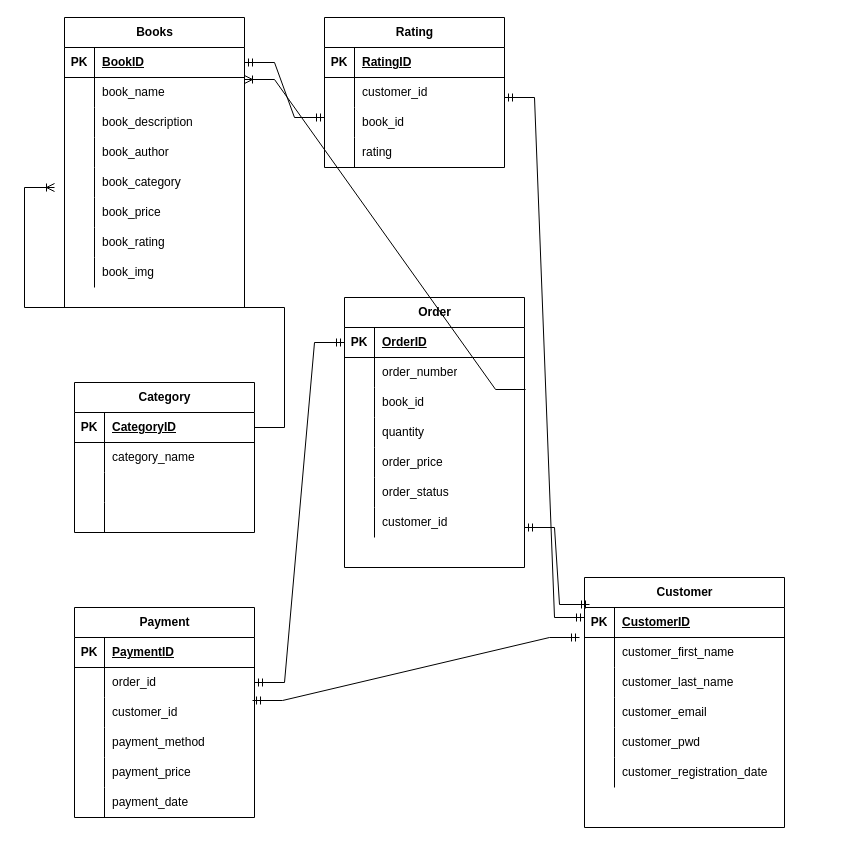
The draw.io diagram Database/Copy of Coffee and Books.drawio in olkasadova/Coffeee-and-Books-bookshop, before the edit. Source tidied: cells renumbered, new cells numbered last; positions are measured from the earlier drawing's top-left corner, leaving out a move shared by most shapes. Both pictures are drawn from the tidied source at 100%, with x=0, y=0 at pixel (54, 17).
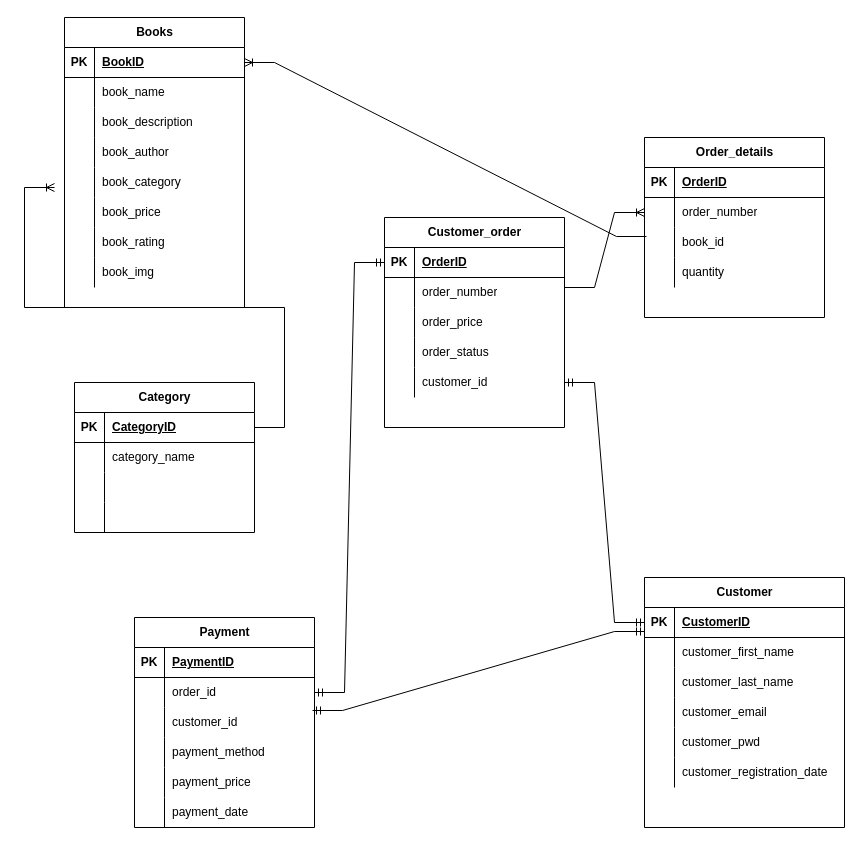
After the change.

The change refers to these unchanged cells:
```xml
<mxCell id="3" style="shape=tableRow;horizontal=0;startSize=0;swimlaneHead=0;swimlaneBody=0;fillColor=none;points=[[0,0.5],[1,0.5]];portConstraint=eastwest;top=0;left=0;right=0;bottom=1;" parent="2" vertex="1">
  <mxGeometry y="30" width="180" height="30" as="geometry" />
</mxCell>
<mxCell id="28" style="shape=tableRow;horizontal=0;startSize=0;swimlaneHead=0;swimlaneBody=0;fillColor=none;points=[[0,0.5],[1,0.5]];portConstraint=eastwest;top=0;left=0;right=0;bottom=1;" parent="27" vertex="1">
  <mxGeometry y="30" width="200" height="30" as="geometry" />
</mxCell>
<mxCell id="106" style="shape=tableRow;horizontal=0;startSize=0;swimlaneHead=0;swimlaneBody=0;fillColor=none;points=[[0,0.5],[1,0.5]];portConstraint=eastwest;top=0;left=0;right=0;bottom=0;" parent="99" vertex="1">
  <mxGeometry y="90" width="180" height="30" as="geometry" />
</mxCell>
```

The edit, as a diff of the source:
```diff
@@
     <mxCell id="27" value="Customer" style="shape=table;startSize=30;childLayout=tableLayout;rowLines=0;fontStyle=1;align=center;html=1;" parent="1" vertex="1">
-      <mxGeometry x="530" y="560" width="200" height="250" as="geometry" />
+      <mxGeometry x="590" y="560" width="200" height="250" as="geometry" />
     </mxCell>
@@
-    <mxCell id="59" value="Order" style="shape=table;startSize=30;childLayout=tableLayout;rowLines=0;fontStyle=1;align=center;html=1;" parent="1" vertex="1">
-      <mxGeometry x="290" y="280" width="180" height="270" as="geometry" />
+    <mxCell id="59" value="Customer_order" style="shape=table;startSize=30;childLayout=tableLayout;rowLines=0;fontStyle=1;align=center;html=1;" parent="1" vertex="1">
+      <mxGeometry x="330" y="200" width="180" height="210" as="geometry" />
     </mxCell>
@@
-    <mxCell id="66" style="shape=tableRow;horizontal=0;startSize=0;swimlaneHead=0;swimlaneBody=0;fillColor=none;points=[[0,0.5],[1,0.5]];portConstraint=eastwest;top=0;left=0;right=0;bottom=0;" parent="59" vertex="1">
-      <mxGeometry y="90" width="180" height="30" as="geometry" />
-    </mxCell>
-    <mxCell id="67" style="shape=partialRectangle;fillColor=none;top=0;left=0;bottom=0;right=0;overflow=hidden;whiteSpace=wrap;html=1;" parent="66" vertex="1">
-      <mxGeometry width="30" height="30" as="geometry" />
-    </mxCell>
-    <mxCell id="68" value="book_id" style="shape=partialRectangle;fillColor=none;top=0;left=0;bottom=0;right=0;align=left;spacingLeft=6;overflow=hidden;whiteSpace=wrap;html=1;" parent="66" vertex="1">
-      <mxGeometry x="30" width="150" height="30" as="geometry" />
-    </mxCell>
-    <mxCell id="69" style="shape=tableRow;horizontal=0;startSize=0;swimlaneHead=0;swimlaneBody=0;fillColor=none;top=0;left=0;right=0;bottom=0;" parent="59" vertex="1">
-      <mxGeometry y="120" width="180" height="30" as="geometry" />
-    </mxCell>
-    <mxCell id="70" style="shape=partialRectangle;fillColor=none;top=0;left=0;bottom=0;right=0;overflow=hidden;whiteSpace=wrap;html=1;" parent="69" vertex="1">
-      <mxGeometry width="30" height="30" as="geometry" />
-    </mxCell>
-    <mxCell id="71" value="quantity" style="shape=partialRectangle;fillColor=none;top=0;left=0;bottom=0;right=0;align=left;spacingLeft=6;overflow=hidden;whiteSpace=wrap;html=1;" parent="69" vertex="1">
-      <mxGeometry x="30" width="150" height="30" as="geometry" />
-    </mxCell>
     <mxCell id="72" style="shape=tableRow;horizontal=0;startSize=0;swimlaneHead=0;swimlaneBody=0;fillColor=none;top=0;left=0;right=0;bottom=0;" parent="59" vertex="1">
-      <mxGeometry y="150" width="180" height="30" as="geometry" />
+      <mxGeometry y="90" width="180" height="30" as="geometry" />
     </mxCell>
@@
     <mxCell id="75" style="shape=tableRow;horizontal=0;startSize=0;swimlaneHead=0;swimlaneBody=0;fillColor=none;top=0;left=0;right=0;bottom=0;" parent="59" vertex="1">
-      <mxGeometry y="180" width="180" height="30" as="geometry" />
+      <mxGeometry y="120" width="180" height="30" as="geometry" />
     </mxCell>
@@
     <mxCell id="78" style="shape=tableRow;horizontal=0;startSize=0;swimlaneHead=0;swimlaneBody=0;fillColor=none;points=[[0,0.5],[1,0.5]];portConstraint=eastwest;top=0;left=0;right=0;bottom=0;" parent="59" vertex="1">
-      <mxGeometry y="210" width="180" height="30" as="geometry" />
+      <mxGeometry y="150" width="180" height="30" as="geometry" />
     </mxCell>
@@
-    <mxCell id="81" value="Rating" style="shape=table;startSize=30;childLayout=tableLayout;rowLines=0;fontStyle=1;align=center;html=1;" parent="1" vertex="1">
-      <mxGeometry x="270" width="180" height="150" as="geometry" />
-    </mxCell>
-    <mxCell id="82" style="shape=tableRow;horizontal=0;startSize=0;swimlaneHead=0;swimlaneBody=0;fillColor=none;top=0;left=0;right=0;bottom=1;" parent="81" vertex="1">
-      <mxGeometry y="30" width="180" height="30" as="geometry" />
-    </mxCell>
-    <mxCell id="83" value="PK" style="shape=partialRectangle;fillColor=none;top=0;left=0;bottom=0;right=0;fontStyle=1;overflow=hidden;whiteSpace=wrap;html=1;" parent="82" vertex="1">
-      <mxGeometry width="30" height="30" as="geometry" />
-    </mxCell>
-    <mxCell id="84" value="RatingID" style="shape=partialRectangle;fillColor=none;top=0;left=0;bottom=0;right=0;align=left;spacingLeft=6;fontStyle=5;overflow=hidden;whiteSpace=wrap;html=1;" parent="82" vertex="1">
-      <mxGeometry x="30" width="150" height="30" as="geometry" />
-    </mxCell>
-    <mxCell id="85" style="shape=tableRow;horizontal=0;startSize=0;swimlaneHead=0;swimlaneBody=0;fillColor=none;points=[[0,0.5],[1,0.5]];portConstraint=eastwest;top=0;left=0;right=0;bottom=0;" parent="81" vertex="1">
-      <mxGeometry y="60" width="180" height="30" as="geometry" />
-    </mxCell>
-    <mxCell id="86" style="shape=partialRectangle;fillColor=none;top=0;left=0;bottom=0;right=0;overflow=hidden;whiteSpace=wrap;html=1;" parent="85" vertex="1">
-      <mxGeometry width="30" height="30" as="geometry" />
-    </mxCell>
-    <mxCell id="87" value="customer_id" style="shape=partialRectangle;fillColor=none;top=0;left=0;bottom=0;right=0;align=left;spacingLeft=6;overflow=hidden;whiteSpace=wrap;html=1;" parent="85" vertex="1">
-      <mxGeometry x="30" width="150" height="30" as="geometry" />
-    </mxCell>
-    <mxCell id="88" style="shape=tableRow;horizontal=0;startSize=0;swimlaneHead=0;swimlaneBody=0;fillColor=none;top=0;left=0;right=0;bottom=0;" parent="81" vertex="1">
-      <mxGeometry y="90" width="180" height="30" as="geometry" />
-    </mxCell>
-    <mxCell id="89" style="shape=partialRectangle;fillColor=none;top=0;left=0;bottom=0;right=0;overflow=hidden;whiteSpace=wrap;html=1;" parent="88" vertex="1">
-      <mxGeometry width="30" height="30" as="geometry" />
-    </mxCell>
-    <mxCell id="90" value="book_id" style="shape=partialRectangle;fillColor=none;top=0;left=0;bottom=0;right=0;align=left;spacingLeft=6;overflow=hidden;whiteSpace=wrap;html=1;" parent="88" vertex="1">
-      <mxGeometry x="30" width="150" height="30" as="geometry" />
-    </mxCell>
-    <mxCell id="91" style="shape=tableRow;horizontal=0;startSize=0;swimlaneHead=0;swimlaneBody=0;fillColor=none;top=0;left=0;right=0;bottom=0;" parent="81" vertex="1">
-      <mxGeometry y="120" width="180" height="30" as="geometry" />
-    </mxCell>
-    <mxCell id="92" style="shape=partialRectangle;fillColor=none;top=0;left=0;bottom=0;right=0;overflow=hidden;whiteSpace=wrap;html=1;" parent="91" vertex="1">
-      <mxGeometry width="30" height="30" as="geometry" />
-    </mxCell>
-    <mxCell id="93" value="rating" style="shape=partialRectangle;fillColor=none;top=0;left=0;bottom=0;right=0;align=left;spacingLeft=6;overflow=hidden;whiteSpace=wrap;html=1;" parent="91" vertex="1">
-      <mxGeometry x="30" width="150" height="30" as="geometry" />
-    </mxCell>
-    <mxCell id="94" style="edgeStyle=entityRelationEdgeStyle;fontSize=12;html=1;endArrow=ERmandOne;startArrow=ERmandOne;rounded=0;exitX=1;exitY=0.5;exitDx=0;exitDy=0;" parent="1" edge="1" source="3">
-      <mxGeometry relative="1" as="geometry">
-        <mxPoint x="270" y="100" as="targetPoint" />
-      </mxGeometry>
-    </mxCell>
-    <mxCell id="95" style="edgeStyle=entityRelationEdgeStyle;fontSize=12;html=1;endArrow=ERmandOne;startArrow=ERmandOne;rounded=0;exitX=1;exitY=0.5;exitDx=0;exitDy=0;" parent="1" edge="1">
-      <mxGeometry relative="1" as="geometry">
-        <mxPoint x="450" y="80" as="sourcePoint" />
-        <mxPoint x="530" y="600" as="targetPoint" />
-      </mxGeometry>
-    </mxCell>
@@
-    <mxCell id="97" style="edgeStyle=entityRelationEdgeStyle;fontSize=12;html=1;endArrow=ERmandOne;startArrow=ERmandOne;rounded=0;entryX=0.025;entryY=-0.1;entryDx=0;entryDy=0;entryPerimeter=0;" parent="1" edge="1" target="28">
-      <mxGeometry relative="1" as="geometry">
-        <mxPoint x="470" y="510" as="sourcePoint" />
-      </mxGeometry>
+    <mxCell id="97" style="edgeStyle=entityRelationEdgeStyle;fontSize=12;html=1;endArrow=ERmandOne;startArrow=ERmandOne;rounded=0;entryX=0;entryY=0.5;entryDx=0;entryDy=0;" parent="1" edge="1" source="78" target="28">
+      <mxGeometry relative="1" as="geometry" />
     </mxCell>
-    <mxCell id="98" style="edgeStyle=entityRelationEdgeStyle;fontSize=12;html=1;endArrow=ERoneToMany;rounded=0;exitX=1.006;exitY=0.067;exitDx=0;exitDy=0;exitPerimeter=0;entryX=1;entryY=1.067;entryDx=0;entryDy=0;entryPerimeter=0;" parent="1" edge="1" source="66" target="3">
+    <mxCell id="98" style="edgeStyle=entityRelationEdgeStyle;fontSize=12;html=1;endArrow=ERoneToMany;rounded=0;exitX=0.011;exitY=0.3;exitDx=0;exitDy=0;exitPerimeter=0;entryX=1;entryY=0.5;entryDx=0;entryDy=0;" parent="1" edge="1" source="124" target="3">
       <mxGeometry relative="1" as="geometry">
         <Array as="points">
           <mxPoint x="110" y="330" />
+          <mxPoint x="440" y="190" />
           <mxPoint x="250" y="240" />
         </Array>
       </mxGeometry>
     </mxCell>
     <mxCell id="99" value="Payment" style="shape=table;startSize=30;childLayout=tableLayout;rowLines=0;fontStyle=1;align=center;html=1;" parent="1" vertex="1">
-      <mxGeometry x="20" y="590" width="180" height="210" as="geometry" />
+      <mxGeometry x="80" y="600" width="180" height="210" as="geometry" />
     </mxCell>
@@
-    <mxCell id="119" style="edgeStyle=entityRelationEdgeStyle;fontSize=12;html=1;endArrow=ERmandOne;startArrow=ERmandOne;rounded=0;exitX=0.989;exitY=0.1;exitDx=0;exitDy=0;exitPerimeter=0;" parent="1" edge="1" source="106">
-      <mxGeometry relative="1" as="geometry">
-        <mxPoint x="525" y="620" as="targetPoint" />
-      </mxGeometry>
+    <mxCell id="119" style="edgeStyle=entityRelationEdgeStyle;fontSize=12;html=1;endArrow=ERmandOne;startArrow=ERmandOne;rounded=0;exitX=0.989;exitY=0.1;exitDx=0;exitDy=0;exitPerimeter=0;entryX=0;entryY=0.8;entryDx=0;entryDy=0;entryPerimeter=0;" parent="1" edge="1" source="106" target="28">
+      <mxGeometry relative="1" as="geometry" />
     </mxCell>
+    <mxCell id="120" value="Order_details" style="shape=table;startSize=30;childLayout=tableLayout;rowLines=0;fontStyle=1;align=center;html=1;" parent="1" vertex="1">
+      <mxGeometry x="590" y="120" width="180" height="180" as="geometry" />
+    </mxCell>
+    <mxCell id="82" style="shape=tableRow;horizontal=0;startSize=0;swimlaneHead=0;swimlaneBody=0;fillColor=none;top=0;left=0;right=0;bottom=1;" parent="120" vertex="1">
+      <mxGeometry y="30" width="180" height="30" as="geometry" />
+    </mxCell>
+    <mxCell id="83" value="PK" style="shape=partialRectangle;fillColor=none;top=0;left=0;bottom=0;right=0;fontStyle=1;overflow=hidden;whiteSpace=wrap;html=1;" parent="82" vertex="1">
+      <mxGeometry width="30" height="30" as="geometry" />
+    </mxCell>
+    <mxCell id="121" value="OrderID" style="shape=partialRectangle;fillColor=none;top=0;left=0;bottom=0;right=0;align=left;spacingLeft=6;fontStyle=5;overflow=hidden;whiteSpace=wrap;html=1;" parent="82" vertex="1">
+      <mxGeometry x="30" width="150" height="30" as="geometry" />
+    </mxCell>
+    <mxCell id="85" style="shape=tableRow;horizontal=0;startSize=0;swimlaneHead=0;swimlaneBody=0;fillColor=none;points=[[0,0.5],[1,0.5]];portConstraint=eastwest;top=0;left=0;right=0;bottom=0;" parent="120" vertex="1">
+      <mxGeometry y="60" width="180" height="30" as="geometry" />
+    </mxCell>
+    <mxCell id="122" style="shape=partialRectangle;fillColor=none;top=0;left=0;bottom=0;right=0;overflow=hidden;whiteSpace=wrap;html=1;" parent="85" vertex="1">
+      <mxGeometry width="30" height="30" as="geometry" />
+    </mxCell>
+    <mxCell id="123" value="order_number" style="shape=partialRectangle;fillColor=none;top=0;left=0;bottom=0;right=0;align=left;spacingLeft=6;overflow=hidden;whiteSpace=wrap;html=1;" parent="85" vertex="1">
+      <mxGeometry x="30" width="150" height="30" as="geometry" />
+    </mxCell>
+    <mxCell id="124" style="shape=tableRow;horizontal=0;startSize=0;swimlaneHead=0;swimlaneBody=0;fillColor=none;points=[[0,0.5],[1,0.5]];portConstraint=eastwest;top=0;left=0;right=0;bottom=0;" parent="120" vertex="1">
+      <mxGeometry y="90" width="180" height="30" as="geometry" />
+    </mxCell>
+    <mxCell id="125" style="shape=partialRectangle;fillColor=none;top=0;left=0;bottom=0;right=0;overflow=hidden;whiteSpace=wrap;html=1;" parent="124" vertex="1">
+      <mxGeometry width="30" height="30" as="geometry" />
+    </mxCell>
+    <mxCell id="126" value="book_id" style="shape=partialRectangle;fillColor=none;top=0;left=0;bottom=0;right=0;align=left;spacingLeft=6;overflow=hidden;whiteSpace=wrap;html=1;" parent="124" vertex="1">
+      <mxGeometry x="30" width="150" height="30" as="geometry" />
+    </mxCell>
+    <mxCell id="127" style="shape=tableRow;horizontal=0;startSize=0;swimlaneHead=0;swimlaneBody=0;fillColor=none;top=0;left=0;right=0;bottom=0;" parent="120" vertex="1">
+      <mxGeometry y="120" width="180" height="30" as="geometry" />
+    </mxCell>
+    <mxCell id="128" style="shape=partialRectangle;fillColor=none;top=0;left=0;bottom=0;right=0;overflow=hidden;whiteSpace=wrap;html=1;" parent="127" vertex="1">
+      <mxGeometry width="30" height="30" as="geometry" />
+    </mxCell>
+    <mxCell id="71" value="quantity" style="shape=partialRectangle;fillColor=none;top=0;left=0;bottom=0;right=0;align=left;spacingLeft=6;overflow=hidden;whiteSpace=wrap;html=1;" parent="127" vertex="1">
+      <mxGeometry x="30" width="150" height="30" as="geometry" />
+    </mxCell>
+    <mxCell id="129" style="edgeStyle=entityRelationEdgeStyle;fontSize=12;html=1;endArrow=ERoneToMany;rounded=0;entryX=0;entryY=0.5;entryDx=0;entryDy=0;" parent="1" edge="1" target="85">
+      <mxGeometry relative="1" as="geometry">
+        <mxPoint x="510" y="270" as="sourcePoint" />
+      </mxGeometry>
+    </mxCell>
```
